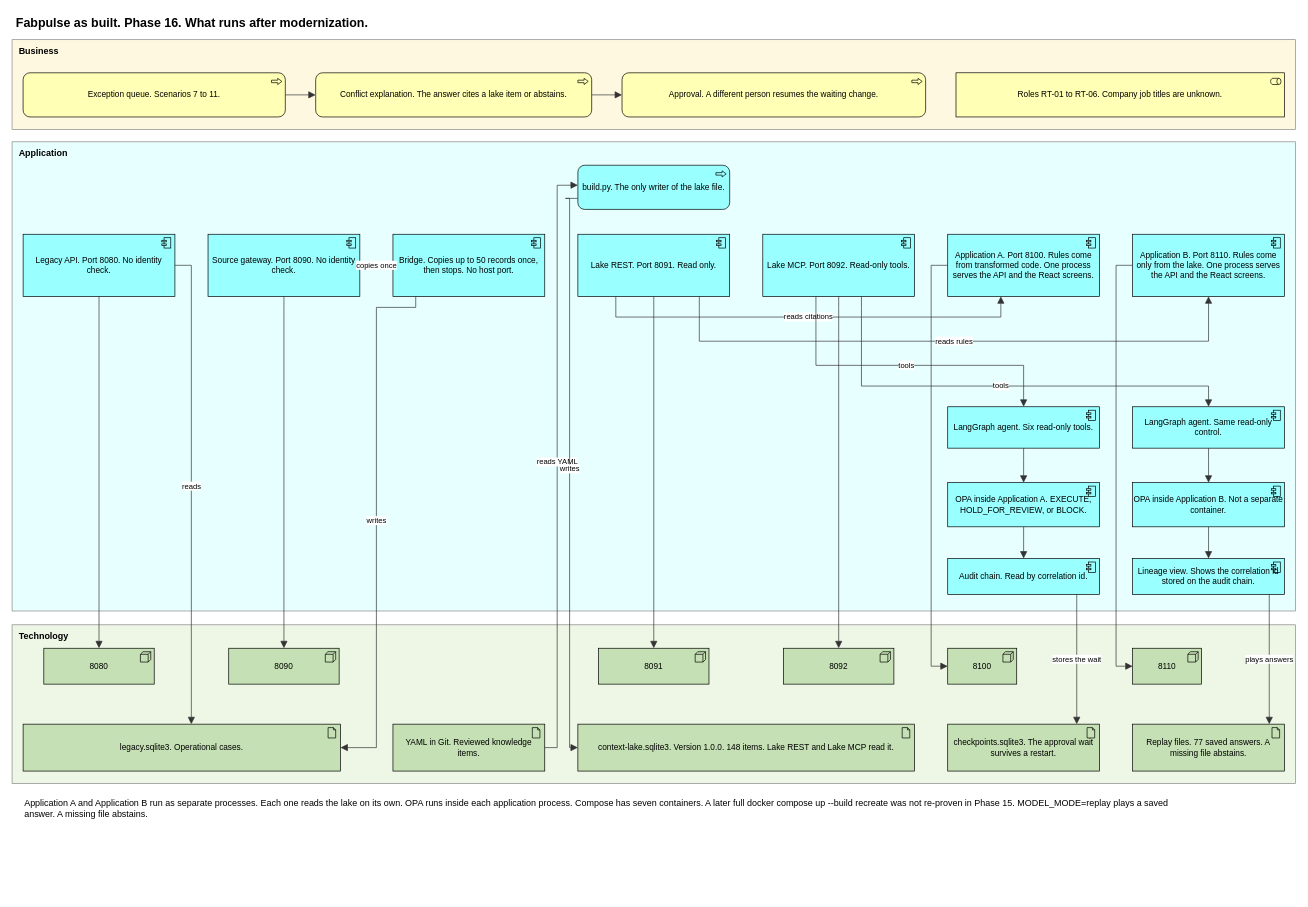
This is page "As built" (2 of 2) of docs/10-architecture/fabpulse-modernization-archimate.drawio from mumbrajkar-ul2/SPRINT4_CAPSTONE, a draw.io file, before an edit. Source tidied: cells renumbered, new cells numbered last; positions are measured from the earlier drawing's top-left corner, leaving out a move shared by most shapes. Both pictures are drawn from the tidied source at 69%, with x=0, y=0 at pixel (12, 12).
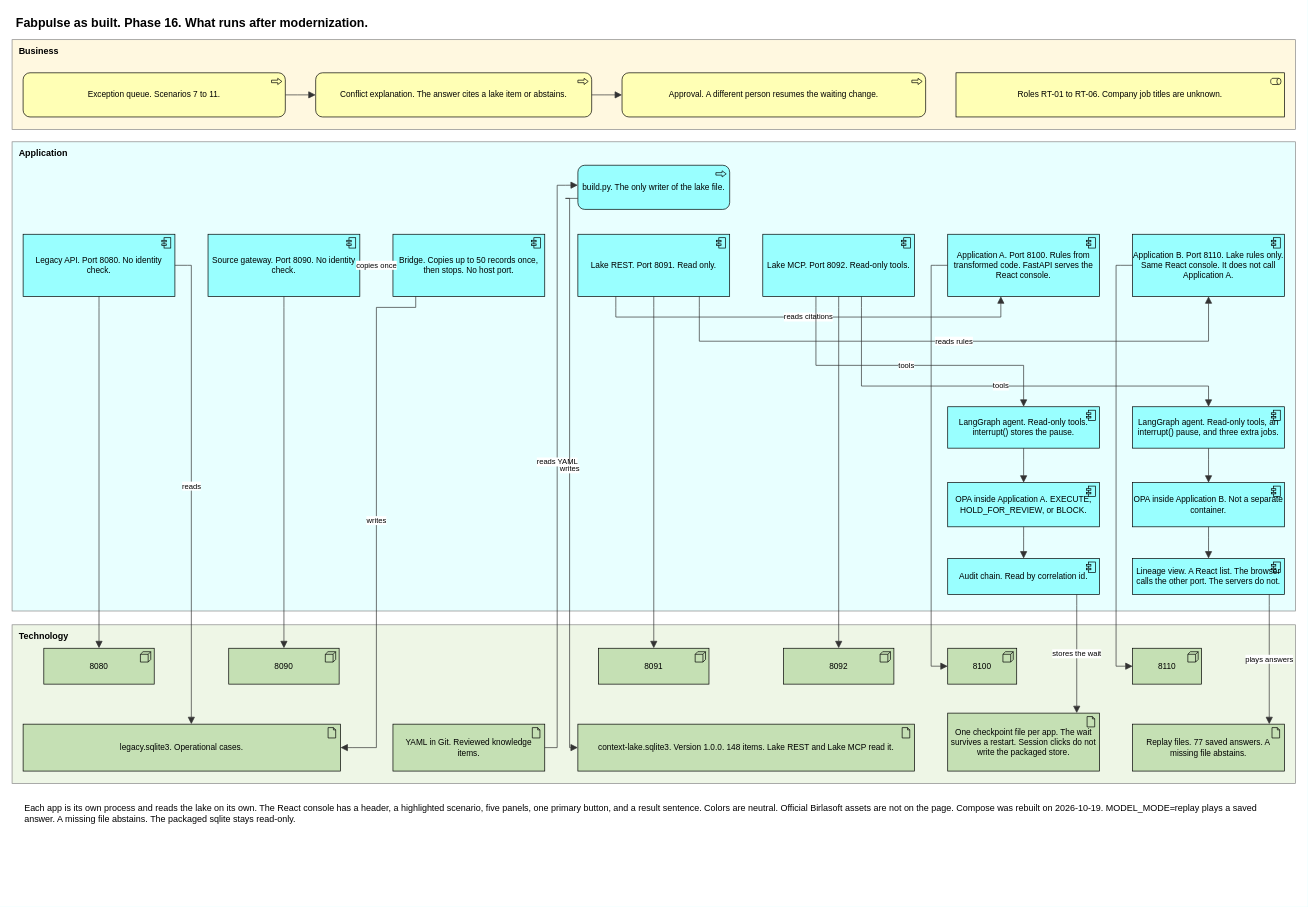
The same page after the edit.

The change refers to these unchanged cells:
```xml
<mxCell id="22" value="Audit chain. Read by correlation id." style="html=1;outlineConnect=0;whiteSpace=wrap;fillColor=#99ffff;strokeColor=#000000;fontColor=#000000;shape=mxgraph.archimate3.application;appType=comp;archiType=square;fontSize=12;" parent="1" vertex="1">
  <mxGeometry x="1356" y="792" width="220" height="52" as="geometry" />
</mxCell>
```

What changed in the source:
```diff
@@
-    <mxCell id="16" value="Application A. Port 8100. Rules come from transformed code. One process serves the API and the React screens." style="html=1;outlineConnect=0;whiteSpace=wrap;fillColor=#99ffff;strokeColor=#000000;fontColor=#000000;shape=mxgraph.archimate3.application;appType=comp;archiType=square;fontSize=12;" parent="1" vertex="1">
+    <mxCell id="16" value="Application A. Port 8100. Rules from transformed code. FastAPI serves the React console." style="html=1;outlineConnect=0;whiteSpace=wrap;fillColor=#99ffff;strokeColor=#000000;fontColor=#000000;shape=mxgraph.archimate3.application;appType=comp;archiType=square;fontSize=12;" parent="1" vertex="1">
       <mxGeometry x="1356" y="322" width="220" height="90" as="geometry" />
     </mxCell>
-    <mxCell id="17" value="Application B. Port 8110. Rules come only from the lake. One process serves the API and the React screens." style="html=1;outlineConnect=0;whiteSpace=wrap;fillColor=#99ffff;strokeColor=#000000;fontColor=#000000;shape=mxgraph.archimate3.application;appType=comp;archiType=square;fontSize=12;" parent="1" vertex="1">
+    <mxCell id="17" value="Application B. Port 8110. Lake rules only. Same React console. It does not call Application A." style="html=1;outlineConnect=0;whiteSpace=wrap;fillColor=#99ffff;strokeColor=#000000;fontColor=#000000;shape=mxgraph.archimate3.application;appType=comp;archiType=square;fontSize=12;" parent="1" vertex="1">
       <mxGeometry x="1624" y="322" width="220" height="90" as="geometry" />
     </mxCell>
-    <mxCell id="18" value="LangGraph agent. Six read-only tools." style="html=1;outlineConnect=0;whiteSpace=wrap;fillColor=#99ffff;strokeColor=#000000;fontColor=#000000;shape=mxgraph.archimate3.application;appType=comp;archiType=square;fontSize=12;" parent="1" vertex="1">
+    <mxCell id="18" value="LangGraph agent. Read-only tools. interrupt() stores the pause." style="html=1;outlineConnect=0;whiteSpace=wrap;fillColor=#99ffff;strokeColor=#000000;fontColor=#000000;shape=mxgraph.archimate3.application;appType=comp;archiType=square;fontSize=12;" parent="1" vertex="1">
       <mxGeometry x="1356" y="572" width="220" height="60" as="geometry" />
     </mxCell>
-    <mxCell id="19" value="LangGraph agent. Same read-only control." style="html=1;outlineConnect=0;whiteSpace=wrap;fillColor=#99ffff;strokeColor=#000000;fontColor=#000000;shape=mxgraph.archimate3.application;appType=comp;archiType=square;fontSize=12;" parent="1" vertex="1">
+    <mxCell id="19" value="LangGraph agent. Read-only tools, an interrupt() pause, and three extra jobs." style="html=1;outlineConnect=0;whiteSpace=wrap;fillColor=#99ffff;strokeColor=#000000;fontColor=#000000;shape=mxgraph.archimate3.application;appType=comp;archiType=square;fontSize=12;" parent="1" vertex="1">
       <mxGeometry x="1624" y="572" width="220" height="60" as="geometry" />
     </mxCell>
@@
-    <mxCell id="23" value="Lineage view. Shows the correlation id stored on the audit chain." style="html=1;outlineConnect=0;whiteSpace=wrap;fillColor=#99ffff;strokeColor=#000000;fontColor=#000000;shape=mxgraph.archimate3.application;appType=comp;archiType=square;fontSize=12;" parent="1" vertex="1">
+    <mxCell id="23" value="Lineage view. A React list. The browser calls the other port. The servers do not." style="html=1;outlineConnect=0;whiteSpace=wrap;fillColor=#99ffff;strokeColor=#000000;fontColor=#000000;shape=mxgraph.archimate3.application;appType=comp;archiType=square;fontSize=12;" parent="1" vertex="1">
       <mxGeometry x="1624" y="792" width="220" height="52" as="geometry" />
     </mxCell>
@@
-    <mxCell id="33" value="checkpoints.sqlite3. The approval wait survives a restart." style="html=1;outlineConnect=0;whiteSpace=wrap;fillColor=#c5e0b4;strokeColor=#000000;fontColor=#000000;shape=mxgraph.archimate3.application;appType=artifact;archiType=square;fontSize=12;" parent="1" vertex="1">
-      <mxGeometry x="1356" y="1032" width="220" height="68" as="geometry" />
+    <mxCell id="33" value="One checkpoint file per app. The wait survives a restart. Session clicks do not write the packaged store." style="html=1;outlineConnect=0;whiteSpace=wrap;fillColor=#c5e0b4;strokeColor=#000000;fontColor=#000000;shape=mxgraph.archimate3.application;appType=artifact;archiType=square;fontSize=12;" parent="1" vertex="1">
+      <mxGeometry x="1356" y="1016" width="220" height="84" as="geometry" />
     </mxCell>
@@
-    <mxCell id="35" value="Application A and Application B run as separate processes. Each one reads the lake on its own. OPA runs inside each application process. Compose has seven containers. A later full docker compose up --build recreate was not re-proven in Phase 15. MODEL_MODE=replay plays a saved answer. A missing file abstains." style="text;html=1;strokeColor=none;fillColor=none;align=left;verticalAlign=top;fontSize=13;whiteSpace=wrap;" parent="1" vertex="1">
-      <mxGeometry x="16" y="1132" width="1700" height="70" as="geometry" />
+    <mxCell id="35" value="Each app is its own process and reads the lake on its own. The React console has a header, a highlighted scenario, five panels, one primary button, and a result sentence. Colors are neutral. Official Birlasoft assets are not on the page. Compose was rebuilt on 2026-10-19. MODEL_MODE=replay plays a saved answer. A missing file abstains. The packaged sqlite stays read-only." style="text;html=1;strokeColor=none;fillColor=none;align=left;verticalAlign=top;fontSize=13;whiteSpace=wrap;" parent="1" vertex="1">
+      <mxGeometry x="16" y="1140" width="1800" height="140" as="geometry" />
     </mxCell>
@@
     <mxCell id="57" value="stores the wait" style="edgeStyle=orthogonalEdgeStyle;rounded=0;jettySize=0;html=1;endArrow=block;endFill=1;entryPerimeter=1;exitPerimeter=1;endSize=8;strokeColor=#333333;fontSize=11;exitX=0.85;exitY=1;entryX=0.85;entryY=0;" parent="1" edge="1" source="22" target="33">
       <mxGeometry relative="1" as="geometry">
         <Array as="points">
           <mxPoint x="1543" y="860" />
-          <mxPoint x="1543" y="1016" />
+          <mxPoint x="1543" y="1000" />
         </Array>
       </mxGeometry>
     </mxCell>
```
